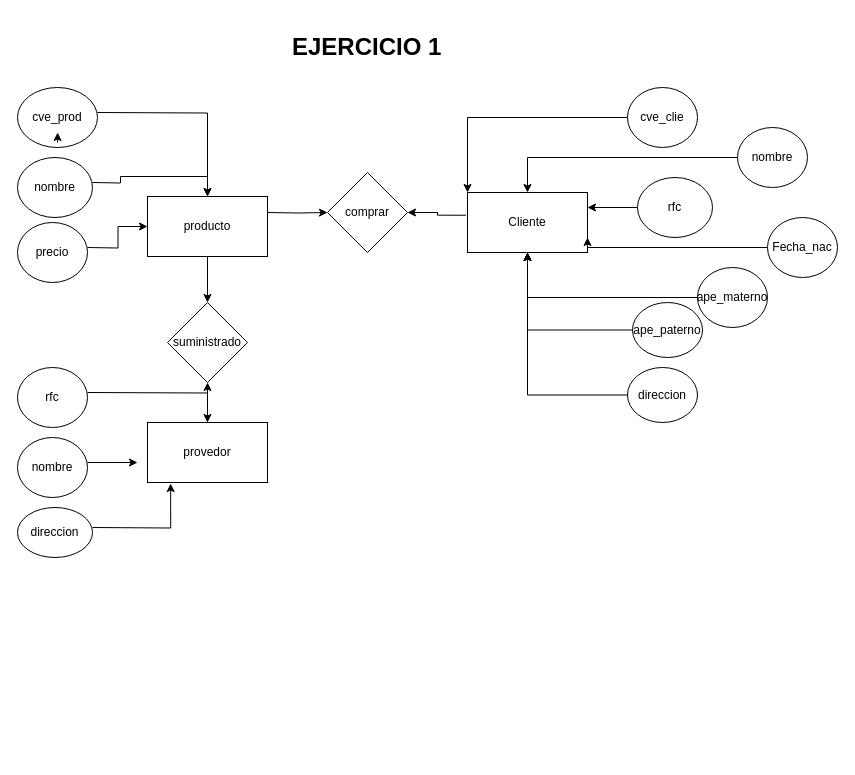
Above: ejercicio1.drawio in sofiaGibHub/baseDatos (draw.io), before the change. Source tidied: cells renumbered, new cells numbered last; positions are measured from the earlier drawing's top-left corner, leaving out a move shared by most shapes. Both pictures are drawn from the tidied source at 100%, with x=0, y=0 at pixel (17, 27).
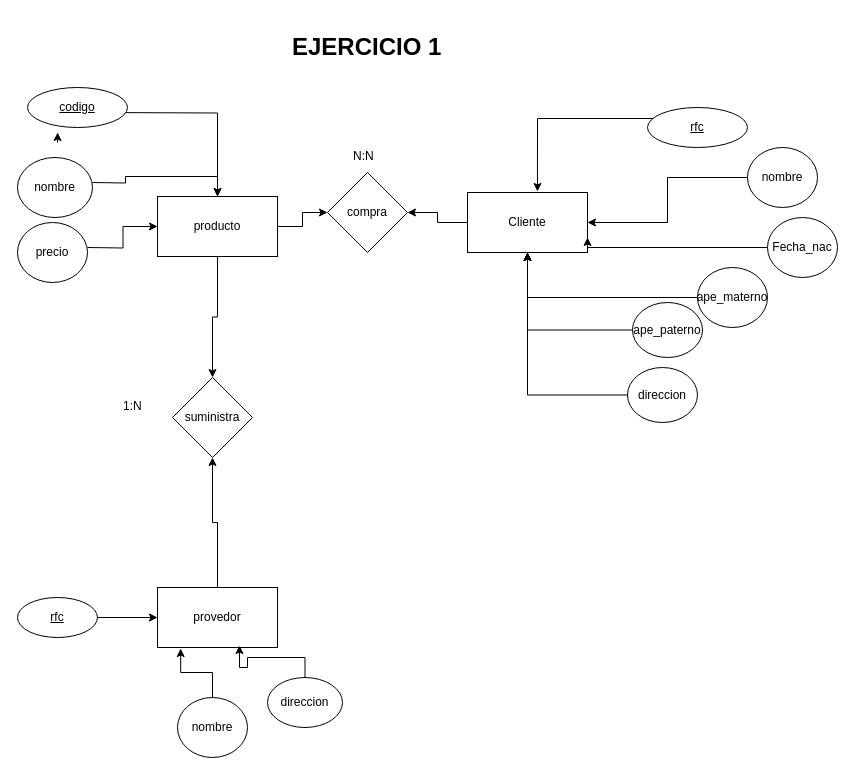
The same page after the edit.

Unchanged cells that the change refers to:
```xml
<mxCell id="3" value="Cliente" style="rounded=0;whiteSpace=wrap;html=1;" parent="1" vertex="1">
  <mxGeometry x="450" y="165" width="120" height="60" as="geometry" />
</mxCell>
```

Diff of the diagram source:
```diff
@@
-    <mxCell id="2" style="edgeStyle=orthogonalEdgeStyle;rounded=0;jettySize=auto;html=1;entryX=1;entryY=0.5;entryDx=0;entryDy=0;exitX=-0.013;exitY=0.379;exitDx=0;exitDy=0;exitPerimeter=0;" parent="1" edge="1" source="3" target="37">
+    <mxCell id="2" style="edgeStyle=orthogonalEdgeStyle;rounded=0;jettySize=auto;html=1;" parent="1" edge="1" source="3" target="37">
       <mxGeometry relative="1" as="geometry" />
     </mxCell>
@@
     <mxCell id="5" value="nombre" style="ellipse;whiteSpace=wrap;html=1;" parent="1" vertex="1">
-      <mxGeometry x="720" y="100" width="70" height="60" as="geometry" />
+      <mxGeometry x="730" y="120" width="70" height="60" as="geometry" />
     </mxCell>
@@
-    <mxCell id="10" style="edgeStyle=orthogonalEdgeStyle;rounded=0;jettySize=auto;html=1;entryX=1;entryY=0.25;entryDx=0;entryDy=0;" parent="1" edge="1" source="11" target="3">
-      <mxGeometry relative="1" as="geometry" />
-    </mxCell>
-    <mxCell id="11" value="rfc" style="ellipse;whiteSpace=wrap;html=1;" parent="1" vertex="1">
-      <mxGeometry x="620" y="150" width="75" height="60" as="geometry" />
-    </mxCell>
@@
-    <mxCell id="16" style="edgeStyle=orthogonalEdgeStyle;rounded=0;jettySize=auto;html=1;" parent="1" edge="1" target="37">
-      <mxGeometry relative="1" as="geometry">
-        <mxPoint x="250" y="185" as="sourcePoint" />
-      </mxGeometry>
-    </mxCell>
+    <mxCell id="41" style="edgeStyle=orthogonalEdgeStyle;rounded=0;jettySize=auto;html=1;" parent="1" edge="1" source="18" target="37">
+      <mxGeometry relative="1" as="geometry" />
+    </mxCell>
-    <mxCell id="17" style="edgeStyle=orthogonalEdgeStyle;rounded=0;jettySize=auto;html=1;exitX=0.5;exitY=1;exitDx=0;exitDy=0;fontFamily=Helvetica;fontSize=12;fontColor=default;" parent="1" edge="1" source="18" target="39">
+    <mxCell id="17" style="edgeStyle=orthogonalEdgeStyle;rounded=0;jettySize=auto;html=1;" parent="1" edge="1" source="18" target="39">
       <mxGeometry relative="1" as="geometry" />
     </mxCell>
     <mxCell id="18" value="producto" style="rounded=0;whiteSpace=wrap;html=1;" parent="1" vertex="1">
-      <mxGeometry x="130" y="169" width="120" height="60" as="geometry" />
+      <mxGeometry x="140" y="169" width="120" height="60" as="geometry" />
     </mxCell>
@@
-    <mxCell id="24" value="cve_prod" style="ellipse;whiteSpace=wrap;html=1;" parent="1" vertex="1">
-      <mxGeometry y="60" width="80" height="60" as="geometry" />
-    </mxCell>
@@
-    <mxCell id="27" style="edgeStyle=orthogonalEdgeStyle;rounded=0;jettySize=auto;html=1;entryX=0;entryY=0;entryDx=0;entryDy=0;" parent="1" edge="1" source="28" target="3">
-      <mxGeometry relative="1" as="geometry" />
+    <mxCell id="27" style="edgeStyle=orthogonalEdgeStyle;rounded=0;jettySize=auto;html=1;entryX=0.583;entryY=-0.017;entryDx=0;entryDy=0;entryPerimeter=0;" parent="1" edge="1" target="3">
+      <mxGeometry relative="1" as="geometry">
+        <mxPoint x="640" y="90" as="sourcePoint" />
+        <Array as="points">
+          <mxPoint x="640" y="91" />
+          <mxPoint x="520" y="91" />
+        </Array>
+      </mxGeometry>
     </mxCell>
-    <mxCell id="28" value="cve_clie" style="ellipse;whiteSpace=wrap;html=1;" parent="1" vertex="1">
-      <mxGeometry x="610" y="60" width="70" height="60" as="geometry" />
-    </mxCell>
-    <mxCell id="29" style="edgeStyle=orthogonalEdgeStyle;rounded=0;jettySize=auto;html=1;fontFamily=Helvetica;fontSize=12;fontColor=default;" parent="1" edge="1" source="30" target="39">
+    <mxCell id="29" style="edgeStyle=orthogonalEdgeStyle;rounded=0;jettySize=auto;html=1;entryX=0.5;entryY=1;entryDx=0;entryDy=0;" parent="1" edge="1" source="30" target="39">
       <mxGeometry relative="1" as="geometry" />
     </mxCell>
     <mxCell id="30" value="provedor" style="rounded=0;whiteSpace=wrap;html=1;" parent="1" vertex="1">
-      <mxGeometry x="130" y="395" width="120" height="60" as="geometry" />
+      <mxGeometry x="140" y="560" width="120" height="60" as="geometry" />
     </mxCell>
-    <mxCell id="31" style="edgeStyle=orthogonalEdgeStyle;rounded=0;jettySize=auto;html=1;" parent="1" edge="1" target="30">
-      <mxGeometry relative="1" as="geometry">
-        <mxPoint x="70" y="365" as="sourcePoint" />
-      </mxGeometry>
+    <mxCell id="31" style="edgeStyle=orthogonalEdgeStyle;rounded=0;jettySize=auto;html=1;entryX=0.683;entryY=0.967;entryDx=0;entryDy=0;entryPerimeter=0;" parent="1" edge="1" source="36" target="30">
+      <mxGeometry relative="1" as="geometry" />
     </mxCell>
-    <mxCell id="32" value="rfc" style="ellipse;whiteSpace=wrap;html=1;" parent="1" vertex="1">
-      <mxGeometry y="340" width="70" height="60" as="geometry" />
-    </mxCell>
-    <mxCell id="33" style="edgeStyle=orthogonalEdgeStyle;rounded=0;orthogonalLoop=1;jettySize=auto;html=1;" parent="1" edge="1">
-      <mxGeometry relative="1" as="geometry">
-        <mxPoint x="70" y="435" as="sourcePoint" />
-        <mxPoint x="120" y="435" as="targetPoint" />
-      </mxGeometry>
-    </mxCell>
+    <mxCell id="42" style="edgeStyle=orthogonalEdgeStyle;rounded=0;jettySize=auto;html=1;" parent="1" edge="1" source="43" target="30">
+      <mxGeometry relative="1" as="geometry" />
+    </mxCell>
     <mxCell id="34" value="nombre" style="ellipse;whiteSpace=wrap;html=1;" parent="1" vertex="1">
-      <mxGeometry y="410" width="70" height="60" as="geometry" />
+      <mxGeometry x="160" y="670" width="70" height="60" as="geometry" />
     </mxCell>
-    <mxCell id="35" style="edgeStyle=orthogonalEdgeStyle;rounded=0;jettySize=auto;html=1;entryX=0.193;entryY=1.017;entryDx=0;entryDy=0;entryPerimeter=0;" parent="1" edge="1" target="30">
-      <mxGeometry relative="1" as="geometry">
-        <mxPoint x="75" y="500" as="sourcePoint" />
-      </mxGeometry>
+    <mxCell id="35" style="edgeStyle=orthogonalEdgeStyle;rounded=0;jettySize=auto;html=1;entryX=0.193;entryY=1.017;entryDx=0;entryDy=0;entryPerimeter=0;" parent="1" edge="1" source="34" target="30">
+      <mxGeometry relative="1" as="geometry" />
     </mxCell>
     <mxCell id="36" value="direccion" style="ellipse;whiteSpace=wrap;html=1;" parent="1" vertex="1">
-      <mxGeometry y="480" width="75" height="50" as="geometry" />
+      <mxGeometry x="250" y="650" width="75" height="50" as="geometry" />
     </mxCell>
-    <mxCell id="37" value="comprar" style="rhombus;whiteSpace=wrap;html=1;" parent="1" vertex="1">
+    <mxCell id="37" value="compra" style="rhombus;whiteSpace=wrap;html=1;" parent="1" vertex="1">
       <mxGeometry x="310" y="145" width="80" height="80" as="geometry" />
     </mxCell>
@@
-    <mxCell id="39" value="suministrado" style="rhombus;whiteSpace=wrap;html=1;strokeColor=default;fontFamily=Helvetica;fontSize=12;fontColor=default;fillColor=default;" parent="1" vertex="1">
-      <mxGeometry x="150" y="275" width="80" height="80" as="geometry" />
+    <mxCell id="39" value="suministra" style="rhombus;whiteSpace=wrap;html=1;strokeColor=default;fontFamily=Helvetica;fontSize=12;fontColor=default;fillColor=default;" parent="1" vertex="1">
+      <mxGeometry x="155" y="350" width="80" height="80" as="geometry" />
     </mxCell>
@@
+    <mxCell id="43" value="rfc" style="ellipse;whiteSpace=wrap;html=1;align=center;fontStyle=4;" parent="1" vertex="1">
+      <mxGeometry y="570" width="80" height="40" as="geometry" />
+    </mxCell>
+    <mxCell id="44" value="N:N" style="text;strokeColor=none;fillColor=none;spacingLeft=4;spacingRight=4;overflow=hidden;fontSize=12;whiteSpace=wrap;html=1;" parent="1" vertex="1">
+      <mxGeometry x="330" y="115" width="40" height="30" as="geometry" />
+    </mxCell>
+    <mxCell id="45" value="rfc" style="ellipse;whiteSpace=wrap;html=1;align=center;fontStyle=4;" parent="1" vertex="1">
+      <mxGeometry x="630" y="80" width="100" height="40" as="geometry" />
+    </mxCell>
+    <mxCell id="46" value="codigo" style="ellipse;whiteSpace=wrap;html=1;align=center;fontStyle=4;" parent="1" vertex="1">
+      <mxGeometry x="10" y="60" width="100" height="40" as="geometry" />
+    </mxCell>
+    <mxCell id="47" value="1:N" style="text;strokeColor=none;fillColor=none;spacingLeft=4;spacingRight=4;overflow=hidden;fontSize=12;whiteSpace=wrap;html=1;" parent="1" vertex="1">
+      <mxGeometry x="100" y="365" width="40" height="30" as="geometry" />
+    </mxCell>
```
